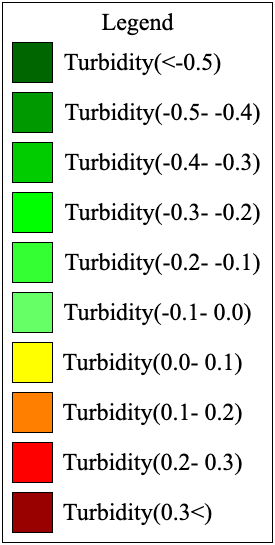
The draw.io diagram static/turbidityLegend.png in azhanmohammed/GalaxEye-PoHA, before a commit. Source tidied: cells renumbered, new cells last; positions are measured from the earlier drawing's top-left corner, leaving out a move shared by most shapes. Its diagram source:
```xml
<mxGraphModel>
  <root>
    <mxCell id="0" />
    <mxCell id="1" parent="0" />
    <mxCell id="2" style="rounded=0;whiteSpace=wrap;html=1;" parent="1" vertex="1">
      <mxGeometry width="270" height="540" as="geometry" />
    </mxCell>
    <mxCell id="3" value="Legend" style="text;html=1;align=center;verticalAlign=middle;strokeColor=none;fillColor=none;fontFamily=Times New Roman;fontSize=24;" parent="1" vertex="1">
      <mxGeometry x="85" width="100" height="40" as="geometry" />
    </mxCell>
    <mxCell id="4" style="rounded=0;whiteSpace=wrap;html=1;fontFamily=Times New Roman;fontSize=24;fillColor=#006600;" parent="1" vertex="1">
      <mxGeometry x="10" y="40" width="40" height="40" as="geometry" />
    </mxCell>
    <mxCell id="5" style="rounded=0;whiteSpace=wrap;html=1;fontFamily=Times New Roman;fontSize=24;fillColor=#009900;" parent="1" vertex="1">
      <mxGeometry x="10" y="90" width="40" height="40" as="geometry" />
    </mxCell>
    <mxCell id="6" style="rounded=0;whiteSpace=wrap;html=1;fontFamily=Times New Roman;fontSize=24;fillColor=#00CC00;" parent="1" vertex="1">
      <mxGeometry x="10" y="140" width="40" height="40" as="geometry" />
    </mxCell>
    <mxCell id="7" style="rounded=0;whiteSpace=wrap;html=1;fontFamily=Times New Roman;fontSize=24;fillColor=#00FF00;" parent="1" vertex="1">
      <mxGeometry x="10" y="190" width="40" height="40" as="geometry" />
    </mxCell>
    <mxCell id="8" style="rounded=0;whiteSpace=wrap;html=1;fontFamily=Times New Roman;fontSize=24;fillColor=#33FF33;" parent="1" vertex="1">
      <mxGeometry x="10" y="240" width="40" height="40" as="geometry" />
    </mxCell>
    <mxCell id="9" style="rounded=0;whiteSpace=wrap;html=1;fontFamily=Times New Roman;fontSize=24;fillColor=#66FF66;" parent="1" vertex="1">
      <mxGeometry x="10" y="290" width="40" height="40" as="geometry" />
    </mxCell>
    <mxCell id="10" style="rounded=0;whiteSpace=wrap;html=1;fontFamily=Times New Roman;fontSize=24;fillColor=#FFFF00;" parent="1" vertex="1">
      <mxGeometry x="10" y="340" width="40" height="40" as="geometry" />
    </mxCell>
    <mxCell id="11" style="rounded=0;whiteSpace=wrap;html=1;fontFamily=Times New Roman;fontSize=24;fillColor=#FF8000;" parent="1" vertex="1">
      <mxGeometry x="10" y="390" width="40" height="40" as="geometry" />
    </mxCell>
    <mxCell id="12" style="rounded=0;whiteSpace=wrap;html=1;fontFamily=Times New Roman;fontSize=24;fillColor=#FF0000;" parent="1" vertex="1">
      <mxGeometry x="10" y="440" width="40" height="40" as="geometry" />
    </mxCell>
    <mxCell id="13" style="rounded=0;whiteSpace=wrap;html=1;fontFamily=Times New Roman;fontSize=24;fillColor=#990000;" parent="1" vertex="1">
      <mxGeometry x="10" y="490" width="40" height="40" as="geometry" />
    </mxCell>
    <mxCell id="14" value="Turbidity(&amp;lt;-0.5)" style="text;html=1;align=center;verticalAlign=middle;strokeColor=none;fillColor=none;fontFamily=Times New Roman;fontSize=24;" parent="1" vertex="1">
      <mxGeometry x="50" y="40" width="180" height="40" as="geometry" />
    </mxCell>
    <mxCell id="15" value="Turbidity(-0.5- -0.4)" style="text;html=1;align=center;verticalAlign=middle;strokeColor=none;fillColor=none;fontFamily=Times New Roman;fontSize=24;" parent="1" vertex="1">
      <mxGeometry x="50" y="90" width="220" height="40" as="geometry" />
    </mxCell>
    <mxCell id="16" value="Turbidity(-0.4- -0.3)" style="text;html=1;align=center;verticalAlign=middle;strokeColor=none;fillColor=none;fontFamily=Times New Roman;fontSize=24;" parent="1" vertex="1">
      <mxGeometry x="50" y="140" width="220" height="40" as="geometry" />
    </mxCell>
    <mxCell id="17" value="Turbidity(-0.3- -0.2)" style="text;html=1;align=center;verticalAlign=middle;strokeColor=none;fillColor=none;fontFamily=Times New Roman;fontSize=24;" parent="1" vertex="1">
      <mxGeometry x="50" y="190" width="220" height="40" as="geometry" />
    </mxCell>
    <mxCell id="18" value="Turbidity(-0.2- -0.1)" style="text;html=1;align=center;verticalAlign=middle;strokeColor=none;fillColor=none;fontFamily=Times New Roman;fontSize=24;" parent="1" vertex="1">
      <mxGeometry x="50" y="240" width="220" height="40" as="geometry" />
    </mxCell>
    <mxCell id="19" value="Turbidity(-0.1- 0.0)" style="text;html=1;align=center;verticalAlign=middle;strokeColor=none;fillColor=none;fontFamily=Times New Roman;fontSize=24;" parent="1" vertex="1">
      <mxGeometry x="50" y="290" width="210" height="40" as="geometry" />
    </mxCell>
    <mxCell id="20" value="Turbidity(0.0- 0.1)" style="text;html=1;align=center;verticalAlign=middle;strokeColor=none;fillColor=none;fontFamily=Times New Roman;fontSize=24;" parent="1" vertex="1">
      <mxGeometry x="50" y="340" width="200" height="40" as="geometry" />
    </mxCell>
    <mxCell id="21" value="Turbidity(0.1- 0.2)" style="text;html=1;align=center;verticalAlign=middle;strokeColor=none;fillColor=none;fontFamily=Times New Roman;fontSize=24;" parent="1" vertex="1">
      <mxGeometry x="50" y="390" width="200" height="40" as="geometry" />
    </mxCell>
    <mxCell id="22" value="Turbidity(0.2- 0.3)" style="text;html=1;align=center;verticalAlign=middle;strokeColor=none;fillColor=none;fontFamily=Times New Roman;fontSize=24;" parent="1" vertex="1">
      <mxGeometry x="50" y="440" width="200" height="40" as="geometry" />
    </mxCell>
    <mxCell id="23" value="Turbidity(0.3&amp;lt;)" style="text;html=1;align=center;verticalAlign=middle;strokeColor=none;fillColor=none;fontFamily=Times New Roman;fontSize=24;" parent="1" vertex="1">
      <mxGeometry x="50" y="490" width="170" height="40" as="geometry" />
    </mxCell>
  </root>
</mxGraphModel>
```
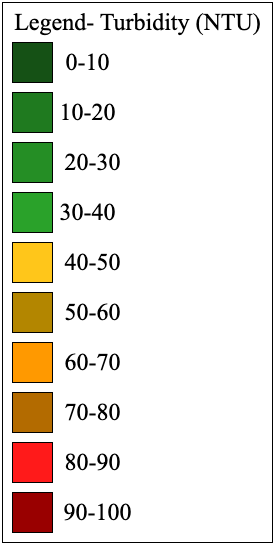
The same diagram one commit later.

What changed in the source:
```diff
@@ -5,68 +5,68 @@
     <mxCell id="2" style="rounded=0;whiteSpace=wrap;html=1;" parent="1" vertex="1">
       <mxGeometry width="270" height="540" as="geometry" />
     </mxCell>
-    <mxCell id="3" value="Legend" style="text;html=1;align=center;verticalAlign=middle;strokeColor=none;fillColor=none;fontFamily=Times New Roman;fontSize=24;" parent="1" vertex="1">
-      <mxGeometry x="85" width="100" height="40" as="geometry" />
+    <mxCell id="3" value="Legend- Turbidity (NTU)" style="text;html=1;align=center;verticalAlign=middle;strokeColor=none;fillColor=none;fontFamily=Times New Roman;fontSize=24;" parent="1" vertex="1">
+      <mxGeometry width="270" height="40" as="geometry" />
     </mxCell>
-    <mxCell id="4" style="rounded=0;whiteSpace=wrap;html=1;fontFamily=Times New Roman;fontSize=24;fillColor=#006600;" parent="1" vertex="1">
+    <mxCell id="4" style="rounded=0;whiteSpace=wrap;html=1;fontFamily=Times New Roman;fontSize=24;fillColor=#155115;" parent="1" vertex="1">
       <mxGeometry x="10" y="40" width="40" height="40" as="geometry" />
     </mxCell>
-    <mxCell id="5" style="rounded=0;whiteSpace=wrap;html=1;fontFamily=Times New Roman;fontSize=24;fillColor=#009900;" parent="1" vertex="1">
+    <mxCell id="5" style="rounded=0;whiteSpace=wrap;html=1;fontFamily=Times New Roman;fontSize=24;fillColor=#1F7A1F;" parent="1" vertex="1">
       <mxGeometry x="10" y="90" width="40" height="40" as="geometry" />
     </mxCell>
-    <mxCell id="6" style="rounded=0;whiteSpace=wrap;html=1;fontFamily=Times New Roman;fontSize=24;fillColor=#00CC00;" parent="1" vertex="1">
+    <mxCell id="6" style="rounded=0;whiteSpace=wrap;html=1;fontFamily=Times New Roman;fontSize=24;fillColor=#258E25;" parent="1" vertex="1">
       <mxGeometry x="10" y="140" width="40" height="40" as="geometry" />
     </mxCell>
-    <mxCell id="7" style="rounded=0;whiteSpace=wrap;html=1;fontFamily=Times New Roman;fontSize=24;fillColor=#00FF00;" parent="1" vertex="1">
+    <mxCell id="7" style="rounded=0;whiteSpace=wrap;html=1;fontFamily=Times New Roman;fontSize=24;fillColor=#2AA22A;" parent="1" vertex="1">
       <mxGeometry x="10" y="190" width="40" height="40" as="geometry" />
     </mxCell>
-    <mxCell id="8" style="rounded=0;whiteSpace=wrap;html=1;fontFamily=Times New Roman;fontSize=24;fillColor=#33FF33;" parent="1" vertex="1">
+    <mxCell id="8" style="rounded=0;whiteSpace=wrap;html=1;fontFamily=Times New Roman;fontSize=24;fillColor=#FFC61A;" parent="1" vertex="1">
       <mxGeometry x="10" y="240" width="40" height="40" as="geometry" />
     </mxCell>
-    <mxCell id="9" style="rounded=0;whiteSpace=wrap;html=1;fontFamily=Times New Roman;fontSize=24;fillColor=#66FF66;" parent="1" vertex="1">
+    <mxCell id="9" style="rounded=0;whiteSpace=wrap;html=1;fontFamily=Times New Roman;fontSize=24;fillColor=#B38600;" parent="1" vertex="1">
       <mxGeometry x="10" y="290" width="40" height="40" as="geometry" />
     </mxCell>
-    <mxCell id="10" style="rounded=0;whiteSpace=wrap;html=1;fontFamily=Times New Roman;fontSize=24;fillColor=#FFFF00;" parent="1" vertex="1">
+    <mxCell id="10" style="rounded=0;whiteSpace=wrap;html=1;fontFamily=Times New Roman;fontSize=24;fillColor=#FF9900;" parent="1" vertex="1">
       <mxGeometry x="10" y="340" width="40" height="40" as="geometry" />
     </mxCell>
-    <mxCell id="11" style="rounded=0;whiteSpace=wrap;html=1;fontFamily=Times New Roman;fontSize=24;fillColor=#FF8000;" parent="1" vertex="1">
+    <mxCell id="11" style="rounded=0;whiteSpace=wrap;html=1;fontFamily=Times New Roman;fontSize=24;fillColor=#B36B00;" parent="1" vertex="1">
       <mxGeometry x="10" y="390" width="40" height="40" as="geometry" />
     </mxCell>
-    <mxCell id="12" style="rounded=0;whiteSpace=wrap;html=1;fontFamily=Times New Roman;fontSize=24;fillColor=#FF0000;" parent="1" vertex="1">
+    <mxCell id="12" style="rounded=0;whiteSpace=wrap;html=1;fontFamily=Times New Roman;fontSize=24;fillColor=#FF1A1A;" parent="1" vertex="1">
       <mxGeometry x="10" y="440" width="40" height="40" as="geometry" />
     </mxCell>
     <mxCell id="13" style="rounded=0;whiteSpace=wrap;html=1;fontFamily=Times New Roman;fontSize=24;fillColor=#990000;" parent="1" vertex="1">
       <mxGeometry x="10" y="490" width="40" height="40" as="geometry" />
     </mxCell>
-    <mxCell id="14" value="Turbidity(&amp;lt;-0.5)" style="text;html=1;align=center;verticalAlign=middle;strokeColor=none;fillColor=none;fontFamily=Times New Roman;fontSize=24;" parent="1" vertex="1">
-      <mxGeometry x="50" y="40" width="180" height="40" as="geometry" />
-    </mxCell>
-    <mxCell id="15" value="Turbidity(-0.5- -0.4)" style="text;html=1;align=center;verticalAlign=middle;strokeColor=none;fillColor=none;fontFamily=Times New Roman;fontSize=24;" parent="1" vertex="1">
-      <mxGeometry x="50" y="90" width="220" height="40" as="geometry" />
-    </mxCell>
-    <mxCell id="16" value="Turbidity(-0.4- -0.3)" style="text;html=1;align=center;verticalAlign=middle;strokeColor=none;fillColor=none;fontFamily=Times New Roman;fontSize=24;" parent="1" vertex="1">
-      <mxGeometry x="50" y="140" width="220" height="40" as="geometry" />
-    </mxCell>
-    <mxCell id="17" value="Turbidity(-0.3- -0.2)" style="text;html=1;align=center;verticalAlign=middle;strokeColor=none;fillColor=none;fontFamily=Times New Roman;fontSize=24;" parent="1" vertex="1">
-      <mxGeometry x="50" y="190" width="220" height="40" as="geometry" />
-    </mxCell>
-    <mxCell id="18" value="Turbidity(-0.2- -0.1)" style="text;html=1;align=center;verticalAlign=middle;strokeColor=none;fillColor=none;fontFamily=Times New Roman;fontSize=24;" parent="1" vertex="1">
-      <mxGeometry x="50" y="240" width="220" height="40" as="geometry" />
-    </mxCell>
-    <mxCell id="19" value="Turbidity(-0.1- 0.0)" style="text;html=1;align=center;verticalAlign=middle;strokeColor=none;fillColor=none;fontFamily=Times New Roman;fontSize=24;" parent="1" vertex="1">
-      <mxGeometry x="50" y="290" width="210" height="40" as="geometry" />
-    </mxCell>
-    <mxCell id="20" value="Turbidity(0.0- 0.1)" style="text;html=1;align=center;verticalAlign=middle;strokeColor=none;fillColor=none;fontFamily=Times New Roman;fontSize=24;" parent="1" vertex="1">
-      <mxGeometry x="50" y="340" width="200" height="40" as="geometry" />
-    </mxCell>
-    <mxCell id="21" value="Turbidity(0.1- 0.2)" style="text;html=1;align=center;verticalAlign=middle;strokeColor=none;fillColor=none;fontFamily=Times New Roman;fontSize=24;" parent="1" vertex="1">
-      <mxGeometry x="50" y="390" width="200" height="40" as="geometry" />
-    </mxCell>
-    <mxCell id="22" value="Turbidity(0.2- 0.3)" style="text;html=1;align=center;verticalAlign=middle;strokeColor=none;fillColor=none;fontFamily=Times New Roman;fontSize=24;" parent="1" vertex="1">
-      <mxGeometry x="50" y="440" width="200" height="40" as="geometry" />
-    </mxCell>
-    <mxCell id="23" value="Turbidity(0.3&amp;lt;)" style="text;html=1;align=center;verticalAlign=middle;strokeColor=none;fillColor=none;fontFamily=Times New Roman;fontSize=24;" parent="1" vertex="1">
-      <mxGeometry x="50" y="490" width="170" height="40" as="geometry" />
-    </mxCell>
+    <mxCell id="24" value="0-10" style="text;html=1;align=center;verticalAlign=middle;strokeColor=none;fillColor=none;fontSize=24;fontFamily=Times New Roman;fontColor=#000000;" parent="1" vertex="1">
+      <mxGeometry x="50" y="40" width="70" height="40" as="geometry" />
+    </mxCell>
+    <mxCell id="25" value="10-20" style="text;html=1;align=center;verticalAlign=middle;strokeColor=none;fillColor=none;fontSize=24;fontFamily=Times New Roman;fontColor=#000000;" parent="1" vertex="1">
+      <mxGeometry x="45" y="90" width="80" height="40" as="geometry" />
+    </mxCell>
+    <mxCell id="26" value="20-30" style="text;html=1;align=center;verticalAlign=middle;strokeColor=none;fillColor=none;fontSize=24;fontFamily=Times New Roman;fontColor=#000000;" parent="1" vertex="1">
+      <mxGeometry x="50" y="140" width="80" height="40" as="geometry" />
+    </mxCell>
+    <mxCell id="27" value="30-40" style="text;html=1;align=center;verticalAlign=middle;strokeColor=none;fillColor=none;fontSize=24;fontFamily=Times New Roman;fontColor=#000000;" parent="1" vertex="1">
+      <mxGeometry x="45" y="190" width="80" height="40" as="geometry" />
+    </mxCell>
+    <mxCell id="28" value="40-50" style="text;html=1;align=center;verticalAlign=middle;strokeColor=none;fillColor=none;fontSize=24;fontFamily=Times New Roman;fontColor=#000000;" parent="1" vertex="1">
+      <mxGeometry x="50" y="240" width="80" height="40" as="geometry" />
+    </mxCell>
+    <mxCell id="29" value="50-60" style="text;html=1;align=center;verticalAlign=middle;strokeColor=none;fillColor=none;fontSize=24;fontFamily=Times New Roman;fontColor=#000000;" parent="1" vertex="1">
+      <mxGeometry x="50" y="290" width="80" height="40" as="geometry" />
+    </mxCell>
+    <mxCell id="30" value="60-70" style="text;html=1;align=center;verticalAlign=middle;strokeColor=none;fillColor=none;fontSize=24;fontFamily=Times New Roman;fontColor=#000000;" parent="1" vertex="1">
+      <mxGeometry x="50" y="340" width="80" height="40" as="geometry" />
+    </mxCell>
+    <mxCell id="31" value="70-80" style="text;html=1;align=center;verticalAlign=middle;strokeColor=none;fillColor=none;fontSize=24;fontFamily=Times New Roman;fontColor=#000000;" parent="1" vertex="1">
+      <mxGeometry x="50" y="390" width="80" height="40" as="geometry" />
+    </mxCell>
+    <mxCell id="32" value="80-90" style="text;html=1;align=center;verticalAlign=middle;strokeColor=none;fillColor=none;fontSize=24;fontFamily=Times New Roman;fontColor=#000000;" parent="1" vertex="1">
+      <mxGeometry x="50" y="440" width="80" height="40" as="geometry" />
+    </mxCell>
+    <mxCell id="33" value="90-100" style="text;html=1;align=center;verticalAlign=middle;strokeColor=none;fillColor=none;fontSize=24;fontFamily=Times New Roman;fontColor=#000000;" parent="1" vertex="1">
+      <mxGeometry x="50" y="490" width="90" height="40" as="geometry" />
+    </mxCell>
   </root>
 </mxGraphModel>
```
